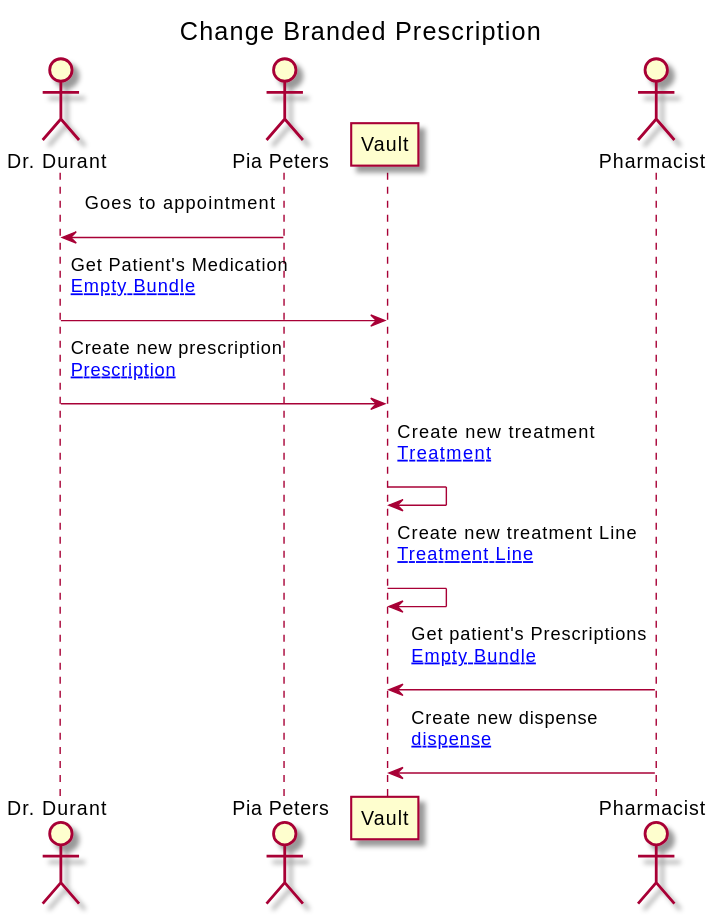
Before: branches/master/ExampleScenario-example-1-scenario.svg, a diagram exported from PlantUML (costateixeira/hl7-be-fhir-medication).
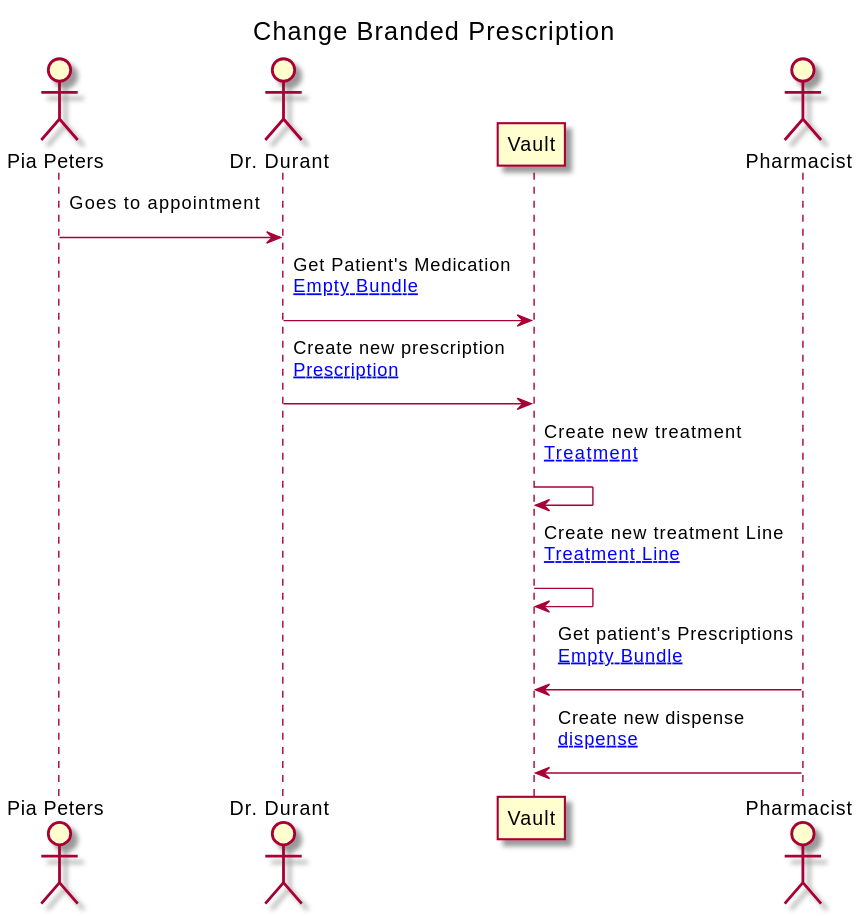
Later version of the same file.

Change to the diagram source:
```diff
@@ -3,8 +3,8 @@
 
 Title Change Branded Prescription
 
+actor "Pia Peters" as PATIENT
 actor "Dr. Durant" as GP
-actor "Pia Peters" as PATIENT
 participant "Vault" as VAULT
 actor "Pharmacist" as PHARM
 
```
